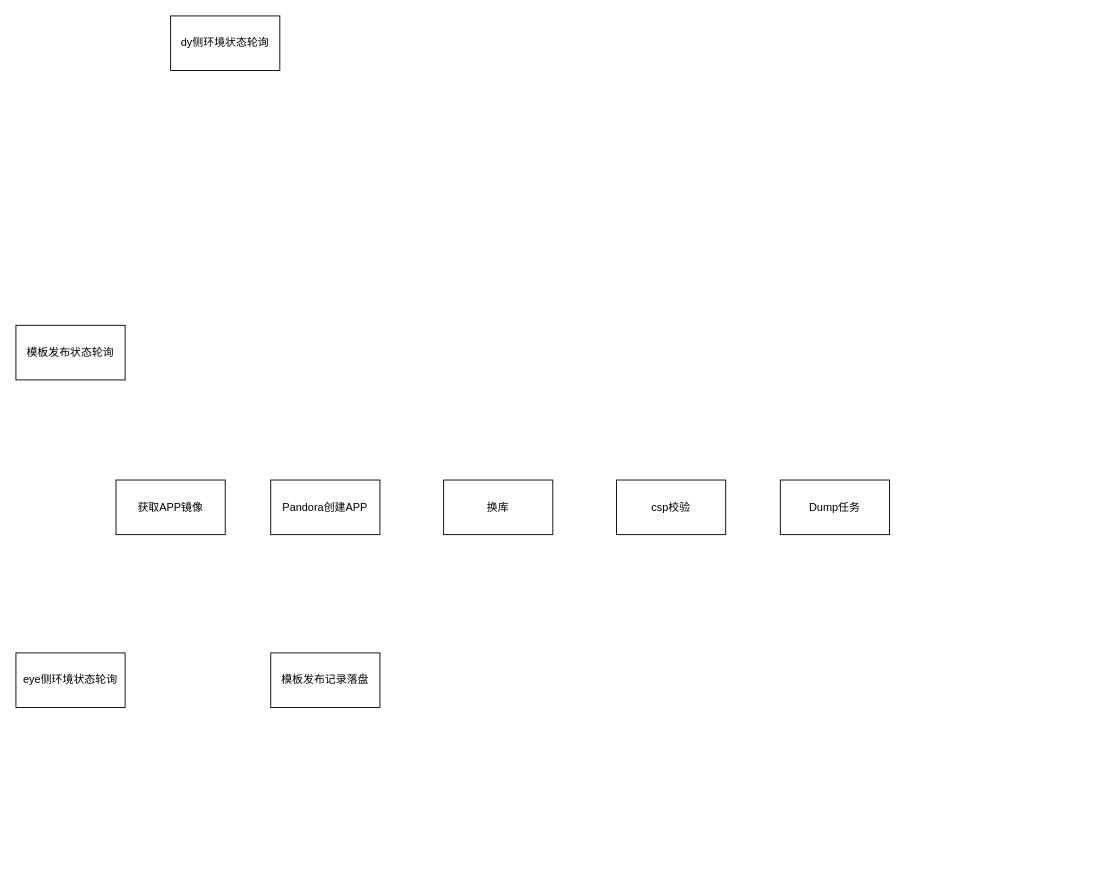
Before: 现有流程.drawio in March-chen/drawio-project, a draw.io diagram. Source tidied: cells renumbered, new cells numbered last; positions are measured from the earlier drawing's top-left corner, leaving out a move shared by most shapes. Both pictures are drawn from the tidied source at 91%, with x=0, y=0 at pixel (15, 15).
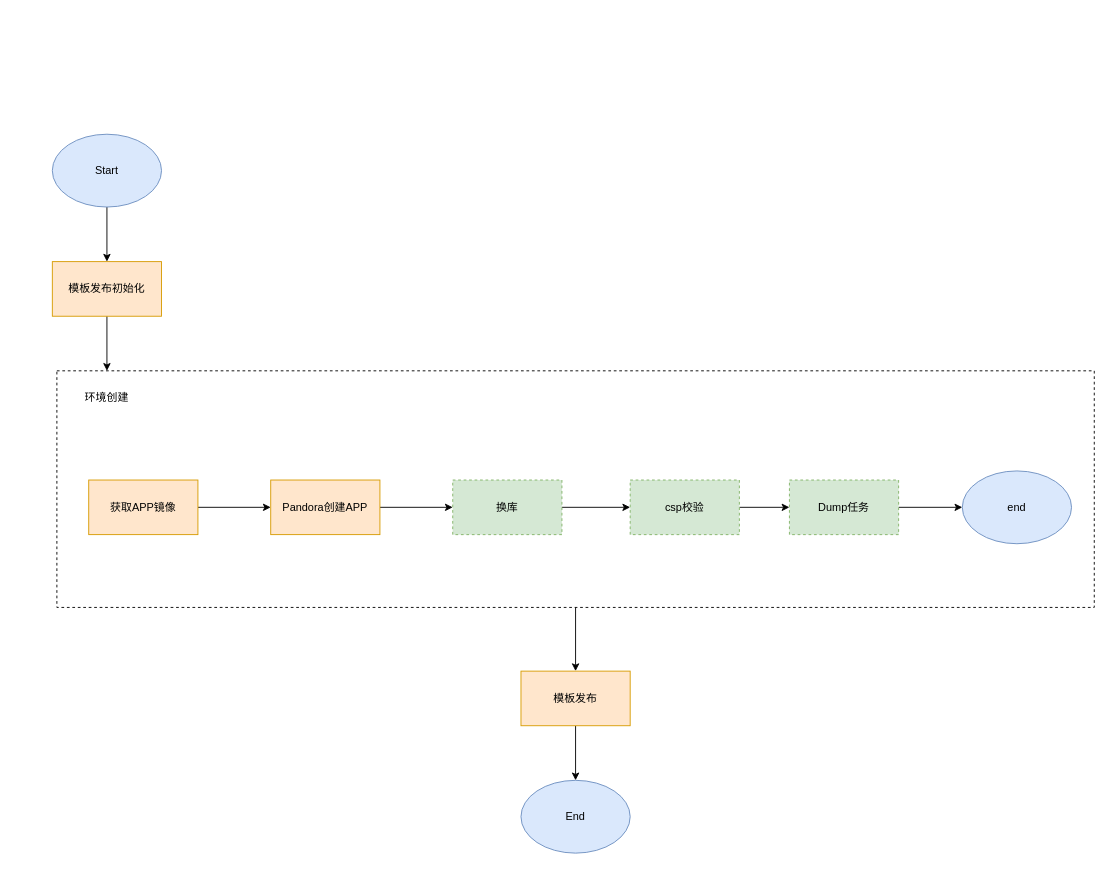
Above is the later version.

The edit, as a diff of the source:
```diff
@@
-    <mxCell id="2" value="dy侧环境状态轮询" style="rounded=0;whiteSpace=wrap;html=1;" parent="1" vertex="1">
-      <mxGeometry x="170" width="120" height="60" as="geometry" />
-    </mxCell>
-    <mxCell id="3" value="模板发布状态轮询" style="rounded=0;whiteSpace=wrap;html=1;" parent="1" vertex="1">
-      <mxGeometry y="340" width="120" height="60" as="geometry" />
-    </mxCell>
+    <mxCell id="11" style="edgeStyle=orthogonalEdgeStyle;rounded=0;jettySize=auto;html=1;exitX=1;exitY=0.5;exitDx=0;exitDy=0;entryX=0;entryY=0.5;entryDx=0;entryDy=0;" parent="1" edge="1" source="4" target="6">
+      <mxGeometry relative="1" as="geometry" />
+    </mxCell>
-    <mxCell id="4" value="获取APP镜像" style="rounded=0;whiteSpace=wrap;html=1;" parent="1" vertex="1">
-      <mxGeometry x="110" y="510" width="120" height="60" as="geometry" />
+    <mxCell id="4" value="获取APP镜像" style="rounded=0;whiteSpace=wrap;html=1;fillColor=#ffe6cc;strokeColor=#d79b00;" parent="1" vertex="1">
+      <mxGeometry x="80" y="510" width="120" height="60" as="geometry" />
     </mxCell>
-    <mxCell id="5" value="eye侧环境状态轮询" style="rounded=0;whiteSpace=wrap;html=1;" parent="1" vertex="1">
-      <mxGeometry y="700" width="120" height="60" as="geometry" />
-    </mxCell>
+    <mxCell id="12" style="edgeStyle=orthogonalEdgeStyle;rounded=0;jettySize=auto;html=1;exitX=1;exitY=0.5;exitDx=0;exitDy=0;entryX=0;entryY=0.5;entryDx=0;entryDy=0;" parent="1" edge="1" source="6" target="9">
+      <mxGeometry relative="1" as="geometry" />
+    </mxCell>
-    <mxCell id="6" value="Pandora创建APP" style="rounded=0;whiteSpace=wrap;html=1;" parent="1" vertex="1">
+    <mxCell id="6" value="Pandora创建APP" style="rounded=0;whiteSpace=wrap;html=1;fillColor=#ffe6cc;strokeColor=#d79b00;" parent="1" vertex="1">
       <mxGeometry x="280" y="510" width="120" height="60" as="geometry" />
     </mxCell>
+    <mxCell id="13" style="edgeStyle=orthogonalEdgeStyle;rounded=0;jettySize=auto;html=1;exitX=1;exitY=0.5;exitDx=0;exitDy=0;" parent="1" edge="1" source="7" target="8">
+      <mxGeometry relative="1" as="geometry" />
+    </mxCell>
-    <mxCell id="7" value="csp校验" style="rounded=0;whiteSpace=wrap;html=1;" parent="1" vertex="1">
-      <mxGeometry x="660" y="510" width="120" height="60" as="geometry" />
+    <mxCell id="7" value="csp校验" style="rounded=0;whiteSpace=wrap;html=1;dashed=1;fillColor=#d5e8d4;strokeColor=#82b366;" parent="1" vertex="1">
+      <mxGeometry x="675" y="510" width="120" height="60" as="geometry" />
     </mxCell>
+    <mxCell id="14" style="edgeStyle=orthogonalEdgeStyle;rounded=0;jettySize=auto;html=1;" parent="1" edge="1" source="8" target="23">
+      <mxGeometry relative="1" as="geometry" />
+    </mxCell>
-    <mxCell id="8" value="Dump任务" style="rounded=0;whiteSpace=wrap;html=1;" parent="1" vertex="1">
-      <mxGeometry x="840" y="510" width="120" height="60" as="geometry" />
+    <mxCell id="8" value="Dump任务" style="rounded=0;whiteSpace=wrap;html=1;dashed=1;fillColor=#d5e8d4;strokeColor=#82b366;" parent="1" vertex="1">
+      <mxGeometry x="850" y="510" width="120" height="60" as="geometry" />
     </mxCell>
+    <mxCell id="15" style="edgeStyle=orthogonalEdgeStyle;rounded=0;jettySize=auto;html=1;exitX=1;exitY=0.5;exitDx=0;exitDy=0;" parent="1" edge="1" source="9" target="7">
+      <mxGeometry relative="1" as="geometry" />
+    </mxCell>
-    <mxCell id="9" value="换库" style="rounded=0;whiteSpace=wrap;html=1;" parent="1" vertex="1">
-      <mxGeometry x="470" y="510" width="120" height="60" as="geometry" />
+    <mxCell id="9" value="换库" style="rounded=0;whiteSpace=wrap;html=1;dashed=1;fillColor=#d5e8d4;strokeColor=#82b366;" parent="1" vertex="1">
+      <mxGeometry x="480" y="510" width="120" height="60" as="geometry" />
     </mxCell>
+    <mxCell id="16" style="edgeStyle=orthogonalEdgeStyle;rounded=0;jettySize=auto;html=1;" parent="1" edge="1" source="10" target="22">
+      <mxGeometry relative="1" as="geometry" />
+    </mxCell>
-    <mxCell id="10" value="模板发布记录落盘" style="rounded=0;whiteSpace=wrap;html=1;" parent="1" vertex="1">
-      <mxGeometry x="280" y="700" width="120" height="60" as="geometry" />
+    <mxCell id="10" value="模板发布初始化" style="rounded=0;whiteSpace=wrap;html=1;fillColor=#ffe6cc;strokeColor=#d79b00;" parent="1" vertex="1">
+      <mxGeometry x="40" y="270" width="120" height="60" as="geometry" />
     </mxCell>
+    <mxCell id="17" style="edgeStyle=orthogonalEdgeStyle;rounded=0;jettySize=auto;html=1;" parent="1" edge="1" source="18" target="10">
+      <mxGeometry relative="1" as="geometry" />
+    </mxCell>
+    <mxCell id="18" value="Start" style="ellipse;whiteSpace=wrap;html=1;fillColor=#dae8fc;strokeColor=#6c8ebf;" parent="1" vertex="1">
+      <mxGeometry x="40" y="130" width="120" height="80" as="geometry" />
+    </mxCell>
+    <mxCell id="19" value="End" style="ellipse;whiteSpace=wrap;html=1;fillColor=#dae8fc;strokeColor=#6c8ebf;" parent="1" vertex="1">
+      <mxGeometry x="555" y="840" width="120" height="80" as="geometry" />
+    </mxCell>
+    <mxCell id="20" style="edgeStyle=orthogonalEdgeStyle;rounded=0;jettySize=auto;html=1;" parent="1" edge="1" source="21" target="25">
+      <mxGeometry relative="1" as="geometry" />
+    </mxCell>
+    <mxCell id="21" style="rounded=0;whiteSpace=wrap;html=1;strokeColor=default;fillColor=none;dashed=1;" parent="1" vertex="1">
+      <mxGeometry x="45" y="390" width="1140" height="260" as="geometry" />
+    </mxCell>
+    <mxCell id="22" value="环境创建" style="rounded=0;whiteSpace=wrap;html=1;fillColor=none;strokeColor=none;" parent="1" vertex="1">
+      <mxGeometry x="45" y="390" width="110" height="60" as="geometry" />
+    </mxCell>
+    <mxCell id="23" value="end" style="ellipse;whiteSpace=wrap;html=1;fillColor=#dae8fc;strokeColor=#6c8ebf;" parent="1" vertex="1">
+      <mxGeometry x="1040" y="500" width="120" height="80" as="geometry" />
+    </mxCell>
+    <mxCell id="24" style="edgeStyle=orthogonalEdgeStyle;rounded=0;jettySize=auto;html=1;" parent="1" edge="1" source="25" target="19">
+      <mxGeometry relative="1" as="geometry" />
+    </mxCell>
+    <mxCell id="25" value="模板发布" style="rounded=0;whiteSpace=wrap;html=1;fillColor=#ffe6cc;strokeColor=#d79b00;" parent="1" vertex="1">
+      <mxGeometry x="555" y="720" width="120" height="60" as="geometry" />
+    </mxCell>
```
